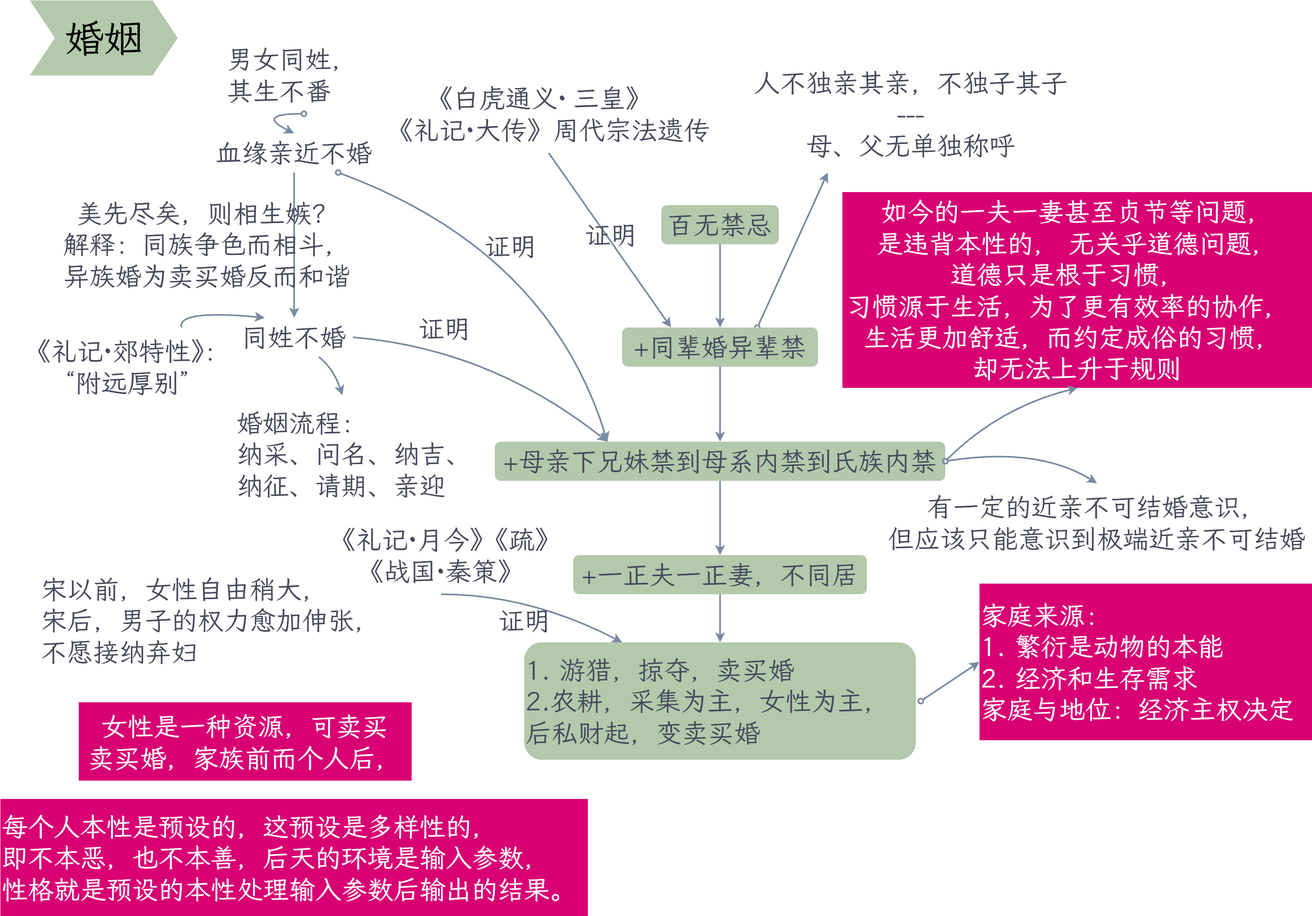
Zencoder-arch/obsidian-images keeps this draw.io diagram as assets/中国通史_婚姻.png. Above is the earlier version. Source tidied: cells renumbered, new cells last; positions are measured from the earlier drawing's top-left corner, leaving out a move shared by most shapes.
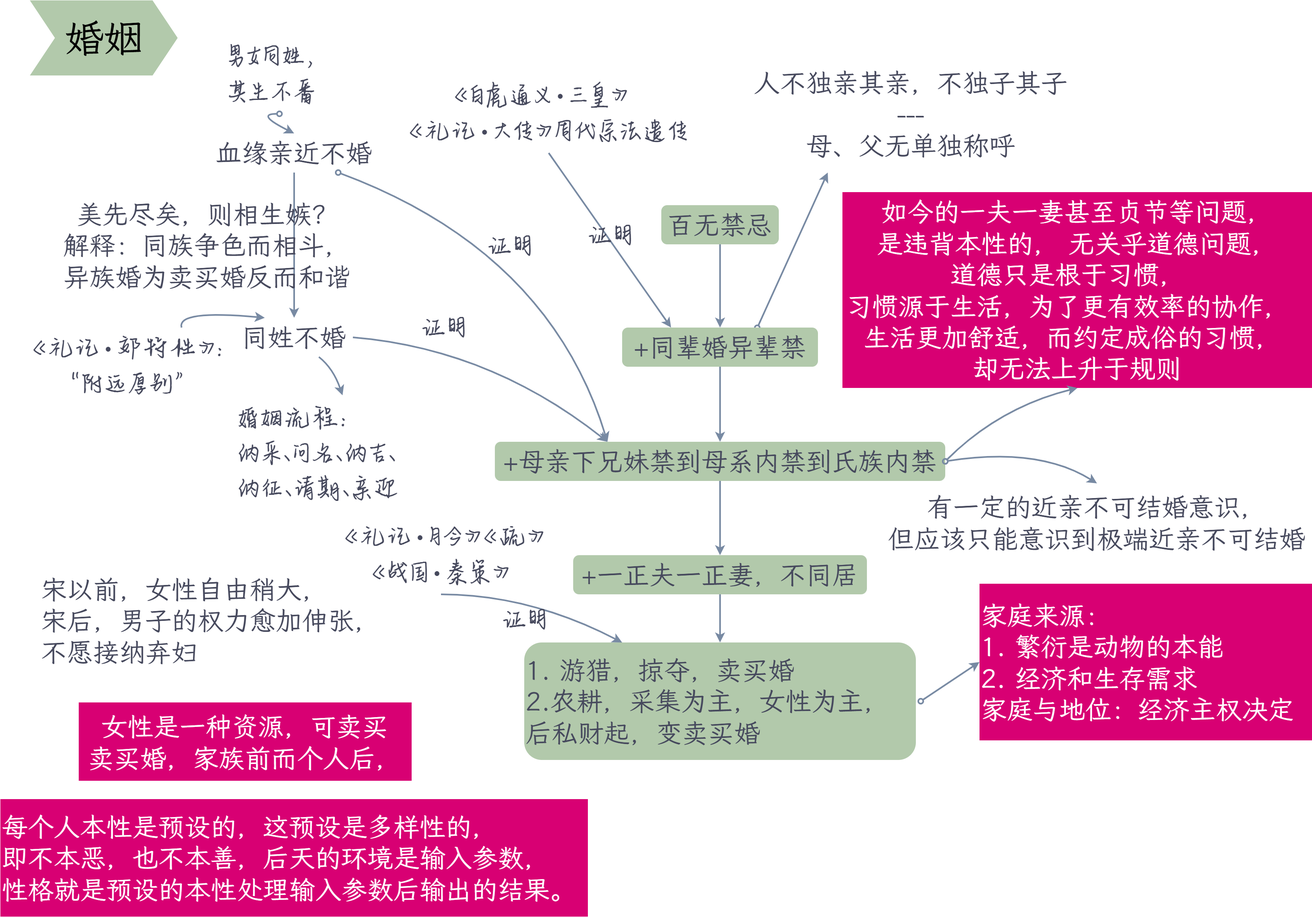
After the change.

Commit message:
更新中国通史_婚姻.png

The edit, as a diff of the source:
```diff
@@ -47,12 +47,12 @@
     <mxCell id="14" style="rounded=0;jettySize=auto;html=1;fontFamily=霞鹜文楷;fontSize=32;fontColor=default;fontStyle=0;labelBorderColor=none;labelBackgroundColor=none;verticalAlign=top;entryX=0.25;entryY=0;entryDx=0;entryDy=0;exitX=0.5;exitY=1;exitDx=0;exitDy=0;strokeColor=#788AA3;strokeWidth=2;curved=1;" parent="1" edge="1" source="16" target="6">
       <mxGeometry relative="1" as="geometry" />
     </mxCell>
-    <mxCell id="15" value="证明" style="edgeLabel;html=1;align=center;verticalAlign=top;rounded=1;shadow=0;glass=0;fillStyle=solid;strokeColor=#788AA3;fontFamily=霞鹜文楷;fontSize=32;fontColor=#46495D;fontStyle=0;labelBorderColor=none;labelBackgroundColor=none;fillColor=#B2C9AB;horizontal=1;" parent="14" vertex="1">
+    <mxCell id="15" value="证明" style="edgeLabel;html=1;align=center;verticalAlign=top;rounded=1;shadow=0;glass=0;fillStyle=solid;strokeColor=#788AA3;fontFamily=平方韶华体;fontSize=36;fontColor=#46495D;fontStyle=0;labelBorderColor=none;labelBackgroundColor=none;fillColor=#B2C9AB;horizontal=1;" parent="14" vertex="1">
       <mxGeometry relative="1" as="geometry">
         <mxPoint y="-32" as="offset" />
       </mxGeometry>
     </mxCell>
-    <mxCell id="16" value="《白虎通义·&lt;span style=&quot;white-space: pre;&quot;&gt;&#9;&lt;/span&gt;三皇》&amp;nbsp;&amp;nbsp;&lt;br&gt;《礼记·大传》周代宗法遗传" style="text;html=1;whiteSpace=wrap;strokeColor=none;fillColor=none;align=center;verticalAlign=middle;rounded=0;fontFamily=霞鹜文楷;fontSize=32;fontColor=#46495D;fontStyle=0;labelBorderColor=none;labelBackgroundColor=none;" parent="1" vertex="1">
+    <mxCell id="16" value="&lt;font face=&quot;平方韶华体&quot; style=&quot;font-size: 36px;&quot;&gt;《白虎通义·三皇》&amp;nbsp;&amp;nbsp;&lt;br&gt;《礼记·大传》周代宗法遗传&lt;/font&gt;" style="text;html=1;whiteSpace=wrap;strokeColor=none;fillColor=none;align=center;verticalAlign=middle;rounded=0;fontFamily=霞鹜文楷;fontSize=32;fontColor=#46495D;fontStyle=0;labelBorderColor=none;labelBackgroundColor=none;" parent="1" vertex="1">
       <mxGeometry x="468" y="90" width="408" height="96" as="geometry" />
     </mxCell>
     <mxCell id="17" value="&lt;font style=&quot;color: rgb(70, 73, 93);&quot;&gt;人不独亲其亲，不独子其子&lt;br&gt;---&lt;br&gt;母、父&lt;span style=&quot;background-color: transparent;&quot;&gt;无单独称呼&lt;/span&gt;&lt;/font&gt;" style="text;html=1;whiteSpace=wrap;align=center;verticalAlign=middle;rounded=0;fontFamily=霞鹜文楷;fontSize=32;fontStyle=0;labelBorderColor=none;labelBackgroundColor=none;strokeColor=none;fontColor=#46495D;" parent="1" vertex="1">
@@ -89,10 +89,10 @@
         </Array>
       </mxGeometry>
     </mxCell>
-    <mxCell id="25" value="男女同姓，&lt;br&gt;&lt;span style=&quot;background-color: transparent; color: light-dark(rgb(70, 73, 93), rgb(170, 173, 190));&quot;&gt;其生不番&lt;/span&gt;" style="text;html=1;whiteSpace=wrap;strokeColor=none;fillColor=none;align=left;verticalAlign=middle;rounded=0;fontFamily=霞鹜文楷;fontSize=32;fontColor=#46495D;fontStyle=0;labelBorderColor=none;labelBackgroundColor=none;" parent="1" vertex="1">
-      <mxGeometry x="276" y="42" width="192" height="96" as="geometry" />
+    <mxCell id="25" value="&lt;font face=&quot;平方韶华体&quot; style=&quot;font-size: 36px;&quot;&gt;男女同姓，&lt;br&gt;&lt;span style=&quot;background-color: transparent; color: light-dark(rgb(70, 73, 93), rgb(170, 173, 190));&quot;&gt;其生不番&lt;/span&gt;&lt;/font&gt;" style="text;html=1;whiteSpace=wrap;strokeColor=none;fillColor=none;align=left;verticalAlign=middle;rounded=0;fontFamily=霞鹜文楷;fontSize=32;fontColor=#46495D;fontStyle=0;labelBorderColor=none;labelBackgroundColor=none;" parent="1" vertex="1">
+      <mxGeometry x="276" y="42" width="132" height="96" as="geometry" />
     </mxCell>
-    <mxCell id="26" value="婚姻流程：&amp;nbsp;&amp;nbsp;&lt;br&gt;纳采、问名、纳吉、&lt;br&gt;纳征、请期、亲迎" style="whiteSpace=wrap;html=1;fontSize=32;fontFamily=霞鹜文楷;fillColor=none;rounded=0;fontStyle=0;labelBorderColor=none;labelBackgroundColor=none;strokeColor=none;fontColor=#46495D;align=left;" parent="1" vertex="1">
+    <mxCell id="26" value="婚姻流程：&amp;nbsp;&amp;nbsp;&lt;br&gt;纳采、问名、纳吉、&lt;br&gt;纳征、请期、亲迎" style="whiteSpace=wrap;html=1;fontSize=36;fontFamily=平方韶华体;fillColor=none;rounded=0;fontStyle=0;labelBorderColor=none;labelBackgroundColor=none;strokeColor=none;fontColor=#46495D;align=left;" parent="1" vertex="1">
       <mxGeometry x="288" y="483" width="312" height="144" as="geometry" />
     </mxCell>
     <mxCell id="27" style="rounded=0;jettySize=auto;html=1;entryX=0.25;entryY=0;entryDx=0;entryDy=0;fontFamily=霞鹜文楷;fontSize=32;fontColor=default;fontStyle=0;labelBorderColor=none;labelBackgroundColor=none;strokeColor=#788AA3;exitX=1;exitY=0.5;exitDx=0;exitDy=0;strokeWidth=2;curved=1;" parent="1" edge="1" source="23" target="9">
@@ -102,7 +102,7 @@
         </Array>
       </mxGeometry>
     </mxCell>
-    <mxCell id="28" value="证明" style="edgeLabel;html=1;align=center;verticalAlign=middle;rounded=0;fontFamily=霞鹜文楷;fontSize=32;fontColor=#46495D;fontStyle=0;labelBorderColor=none;labelBackgroundColor=none;fillColor=none;" parent="27" vertex="1">
+    <mxCell id="28" value="证明" style="edgeLabel;html=1;align=center;verticalAlign=middle;rounded=0;fontFamily=平方韶华体;fontSize=36;fontColor=#46495D;fontStyle=0;labelBorderColor=none;labelBackgroundColor=none;fillColor=none;" parent="27" vertex="1">
       <mxGeometry x="-0.58" y="3" relative="1" as="geometry">
         <mxPoint x="37" y="-15" as="offset" />
       </mxGeometry>
@@ -114,7 +114,7 @@
         </Array>
       </mxGeometry>
     </mxCell>
-    <mxCell id="30" value="&lt;span style=&quot;color: rgb(70, 73, 93); font-family: 霞鹜文楷;&quot;&gt;证明&lt;/span&gt;" style="edgeLabel;html=1;align=center;verticalAlign=top;rounded=1;shadow=0;glass=0;fillStyle=solid;strokeColor=#788AA3;fontFamily=霞鹜文楷;fontSize=32;fontColor=#46495D;fontStyle=0;labelBorderColor=none;labelBackgroundColor=none;horizontal=1;fillColor=#B2C9AB;gradientColor=none;" parent="29" vertex="1">
+    <mxCell id="30" value="&lt;span style=&quot;color: rgb(70, 73, 93);&quot;&gt;证明&lt;/span&gt;" style="edgeLabel;html=1;align=center;verticalAlign=top;rounded=1;shadow=0;glass=0;fillStyle=solid;strokeColor=#788AA3;fontFamily=平方韶华体;fontSize=36;fontColor=#46495D;fontStyle=0;labelBorderColor=none;labelBackgroundColor=none;horizontal=1;fillColor=#B2C9AB;gradientColor=none;" parent="29" vertex="1">
       <mxGeometry x="0.41" y="-33" relative="1" as="geometry">
         <mxPoint x="-44" y="-130" as="offset" />
       </mxGeometry>
@@ -126,7 +126,7 @@
         </Array>
       </mxGeometry>
     </mxCell>
-    <mxCell id="32" value="《礼记·郊特性》：&lt;br&gt;“附远厚别”" style="text;html=1;whiteSpace=wrap;strokeColor=none;fillColor=none;align=center;verticalAlign=middle;rounded=0;fontFamily=霞鹜文楷;fontSize=32;fontColor=#46495D;fontStyle=0;labelBorderColor=none;labelBackgroundColor=none;" parent="1" vertex="1">
+    <mxCell id="32" value="《礼记·郊特性》：&lt;br&gt;“附远厚别”" style="text;html=1;whiteSpace=wrap;strokeColor=none;fillColor=none;align=center;verticalAlign=middle;rounded=0;fontFamily=平方韶华体;fontSize=36;fontColor=#46495D;fontStyle=0;labelBorderColor=none;labelBackgroundColor=none;" parent="1" vertex="1">
       <mxGeometry x="24" y="400" width="264" height="96" as="geometry" />
     </mxCell>
     <mxCell id="33" value="女性是一种资源，可卖买&lt;br&gt;卖买婚，家族前而个人后，" style="text;html=1;whiteSpace=wrap;strokeColor=none;fillColor=#d80073;align=center;verticalAlign=middle;rounded=0;fontFamily=霞鹜文楷;fontSize=32;fontStyle=0;labelBorderColor=none;labelBackgroundColor=none;fontColor=#ffffff;" parent="1" vertex="1">
@@ -150,12 +150,12 @@
         </Array>
       </mxGeometry>
     </mxCell>
-    <mxCell id="37" value="证明" style="edgeLabel;html=1;align=center;verticalAlign=middle;rounded=0;strokeColor=#788AA3;fontFamily=霞鹜文楷;fontSize=32;fontColor=#46495D;fontStyle=0;labelBorderColor=none;labelBackgroundColor=none;fillColor=none;gradientColor=none;" parent="36" vertex="1">
+    <mxCell id="37" value="证明" style="edgeLabel;html=1;align=center;verticalAlign=middle;rounded=0;strokeColor=#788AA3;fontFamily=平方韶华体;fontSize=36;fontColor=#46495D;fontStyle=0;labelBorderColor=none;labelBackgroundColor=none;fillColor=none;gradientColor=none;" parent="36" vertex="1">
       <mxGeometry x="-0.05" y="-12" relative="1" as="geometry">
         <mxPoint x="-5" y="19" as="offset" />
       </mxGeometry>
     </mxCell>
-    <mxCell id="38" value="&amp;nbsp;《礼记·月今》《疏》&lt;br&gt;《战国·秦策》" style="text;html=1;whiteSpace=wrap;strokeColor=none;fillColor=none;align=center;verticalAlign=middle;rounded=0;fontFamily=霞鹜文楷;fontSize=32;fontColor=#46495D;fontStyle=0;labelBorderColor=none;labelBackgroundColor=none;" parent="1" vertex="1">
+    <mxCell id="38" value="&amp;nbsp;《礼记·月今》《疏》&lt;br&gt;《战国·秦策》" style="text;html=1;whiteSpace=wrap;strokeColor=none;fillColor=none;align=center;verticalAlign=middle;rounded=0;fontFamily=平方韶华体;fontSize=36;fontColor=#46495D;fontStyle=0;labelBorderColor=none;labelBackgroundColor=none;" parent="1" vertex="1">
       <mxGeometry x="384" y="631" width="312" height="96" as="geometry" />
     </mxCell>
     <mxCell id="39" value="有一定的近亲不可结婚意识，&lt;br&gt;但应该只能意识到极端近亲不可结婚" style="text;html=1;whiteSpace=wrap;strokeColor=none;fillColor=none;align=center;verticalAlign=middle;rounded=0;fontFamily=霞鹜文楷;fontSize=32;fontColor=#46495D;fontStyle=0;labelBorderColor=none;labelBackgroundColor=none;" parent="1" vertex="1">
```
